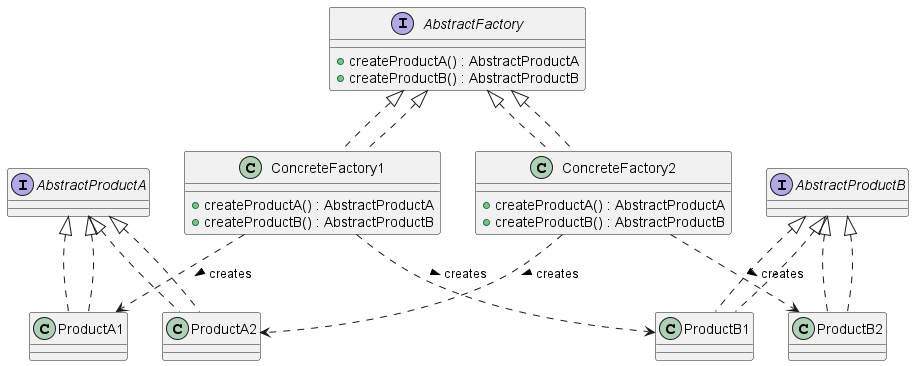
Above: Patterns/Manuscript/manuscript/images/ch05_AbstractFactory/AbstractFactoryPatternClassDiagram.png in Gabriel-SoftwareAG/DesignPatterns (PlantUML), before the change. The source it was exported from:
```plantuml
@startuml AbstractFactoryPatternClassDiagram

interface AbstractFactory {
  +createProductA() : AbstractProductA
  +createProductB() : AbstractProductB
}

class ConcreteFactory1 implements AbstractFactory {
  +createProductA() : AbstractProductA
  +createProductB() : AbstractProductB
}
class ConcreteFactory2 implements AbstractFactory {
  +createProductA() : AbstractProductA
  +createProductB() : AbstractProductB
}

interface AbstractProductA {
}

interface AbstractProductB {
}

class ProductA1 implements AbstractProductA {
}
class ProductB1 implements AbstractProductB {
}

class ProductA2 implements AbstractProductA {
}
class ProductB2 implements AbstractProductB {
}

AbstractFactory <|.. ConcreteFactory1
AbstractFactory <|.. ConcreteFactory2
AbstractProductA <|.. ProductA1
AbstractProductA <|.. ProductA2
AbstractProductB <|.. ProductB1
AbstractProductB <|.. ProductB2
ConcreteFactory1 ..> ProductA1 : creates >
ConcreteFactory1 ..> ProductB1 : creates >
ConcreteFactory2 ..> ProductA2 : creates >
ConcreteFactory2 ..> ProductB2 : creates >

@enduml
```
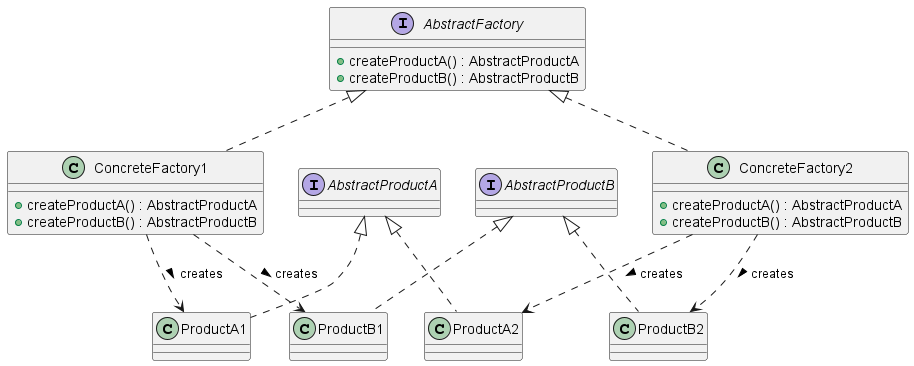
The same diagram one commit later.

What changed in the source:
```diff
@@ -30,12 +30,6 @@
 class ProductB2 implements AbstractProductB {
 }
 
-AbstractFactory <|.. ConcreteFactory1
-AbstractFactory <|.. ConcreteFactory2
-AbstractProductA <|.. ProductA1
-AbstractProductA <|.. ProductA2
-AbstractProductB <|.. ProductB1
-AbstractProductB <|.. ProductB2
 ConcreteFactory1 ..> ProductA1 : creates >
 ConcreteFactory1 ..> ProductB1 : creates >
 ConcreteFactory2 ..> ProductA2 : creates >
```
